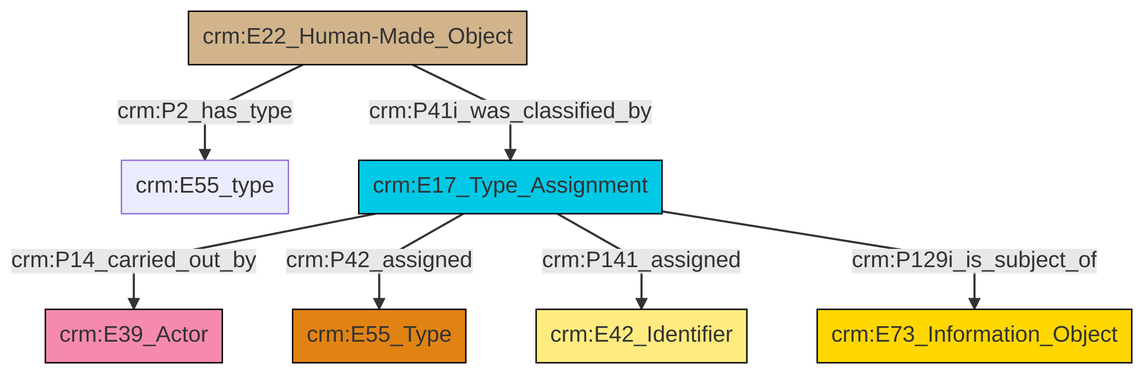
Earlier version of the Mermaid export et/builtWorkCSV/ttl/mmd/png/Built_Work_designation_status.png (swiss-art-research-net/reference-data-models). Its source is kept beside it as et/builtWorkCSV/ttl/mmd/Built_Work_designation_status.ttl.mmd.
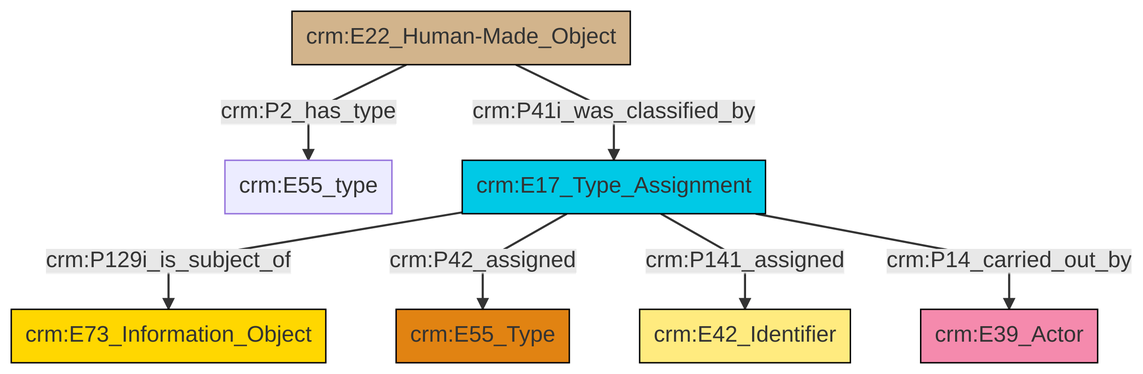
After the change.

The edit, as a diff of the source:
```diff
@@ -13,9 +13,9 @@
 classDef PC_Classes fill:#4ce600, stroke:#000000;
 classDef Multi fill:#cccccc,stroke:#000000;
 
-4["crm:E22_Human-Made_Object"]:::Physical_Thing -->|crm:P2_has_type| 5["crm:E55_type"]:::Default
-4["crm:E22_Human-Made_Object"]:::Physical_Thing -->|crm:P41i_was_classified_by| 9["crm:E17_Type_Assignment"]:::Temporal_Entity
-9["crm:E17_Type_Assignment"]:::Temporal_Entity -->|crm:P14_carried_out_by| 11["crm:E39_Actor"]:::Actor
-9["crm:E17_Type_Assignment"]:::Temporal_Entity -->|crm:P42_assigned| 0["crm:E55_Type"]:::Type
-9["crm:E17_Type_Assignment"]:::Temporal_Entity -->|crm:P141_assigned| 2["crm:E42_Identifier"]:::Appellation
-9["crm:E17_Type_Assignment"]:::Temporal_Entity -->|crm:P129i_is_subject_of| 7["crm:E73_Information_Object"]:::Conceptual_Object
+2["crm:E22_Human-Made_Object"]:::Physical_Thing -->|crm:P2_has_type| 3["crm:E55_type"]:::Default
+4["crm:E17_Type_Assignment"]:::Temporal_Entity -->|crm:P129i_is_subject_of| 0["crm:E73_Information_Object"]:::Conceptual_Object
+4["crm:E17_Type_Assignment"]:::Temporal_Entity -->|crm:P42_assigned| 5["crm:E55_Type"]:::Type
+2["crm:E22_Human-Made_Object"]:::Physical_Thing -->|crm:P41i_was_classified_by| 4["crm:E17_Type_Assignment"]:::Temporal_Entity
+4["crm:E17_Type_Assignment"]:::Temporal_Entity -->|crm:P141_assigned| 9["crm:E42_Identifier"]:::Appellation
+4["crm:E17_Type_Assignment"]:::Temporal_Entity -->|crm:P14_carried_out_by| 10["crm:E39_Actor"]:::Actor
```
